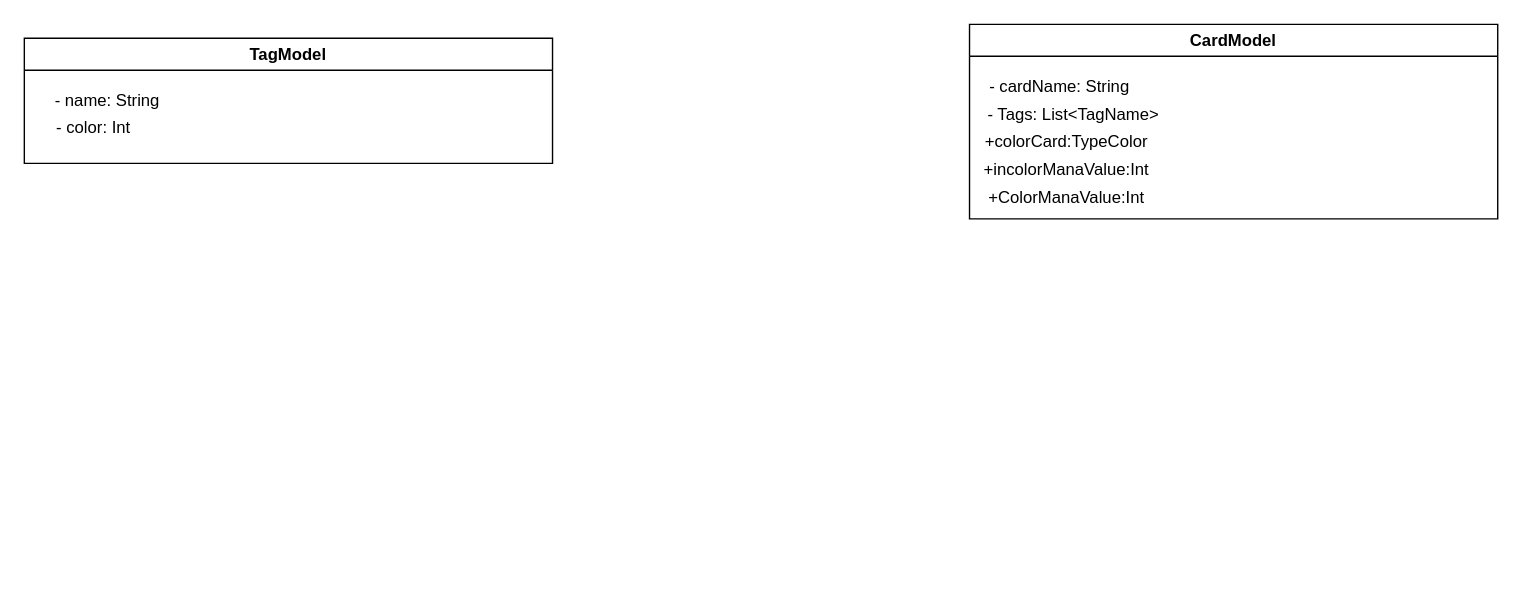
Earlier version of the draw.io diagram Diagrama sem nome.drawio (Carlosstorari/apiFinancas). Source tidied: cells renumbered, new cells numbered last; positions are measured from the earlier drawing's top-left corner, leaving out a move shared by most shapes. Both pictures are drawn from the tidied source at 139%, with x=0, y=0 at pixel (24, 24).
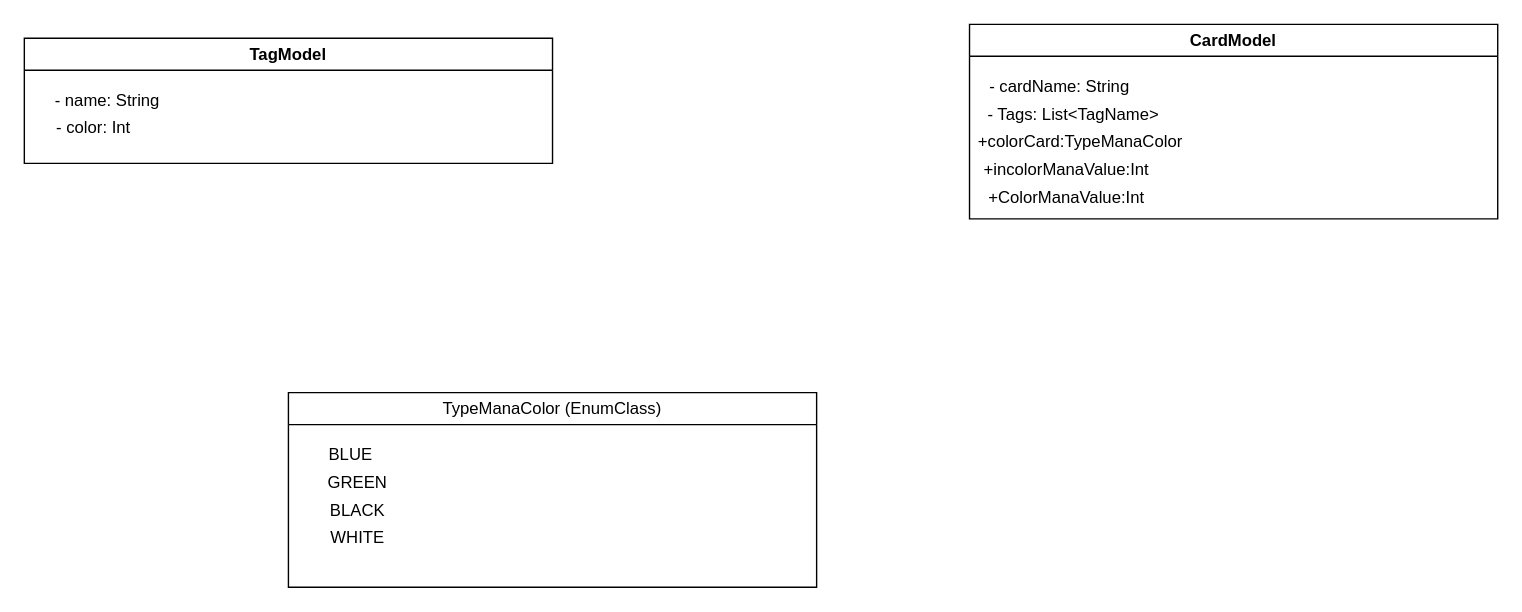
Above is the later version.

The edit, as a diff of the source:
```diff
@@
 <mxGraphModel>
   <root>
     <mxCell id="0" />
     <mxCell id="1" parent="0" />
     <mxCell id="2" value="TagModel" style="swimlane;whiteSpace=wrap;html=1;" parent="1" vertex="1">
       <mxGeometry y="10" width="380" height="90" as="geometry" />
     </mxCell>
     <mxCell id="3" value="- name: String" style="text;html=1;strokeColor=none;fillColor=none;align=center;verticalAlign=middle;whiteSpace=wrap;rounded=0;" parent="2" vertex="1">
       <mxGeometry y="30" width="120" height="30" as="geometry" />
     </mxCell>
     <mxCell id="4" value="- color: Int" style="text;html=1;strokeColor=none;fillColor=none;align=center;verticalAlign=middle;whiteSpace=wrap;rounded=0;" parent="2" vertex="1">
       <mxGeometry y="50" width="100" height="30" as="geometry" />
     </mxCell>
     <mxCell id="5" value="CardModel" style="swimlane;whiteSpace=wrap;html=1;" parent="1" vertex="1">
       <mxGeometry x="680" width="380" height="140" as="geometry" />
     </mxCell>
     <mxCell id="6" value="- cardName: String" style="text;html=1;strokeColor=none;fillColor=none;align=center;verticalAlign=middle;whiteSpace=wrap;rounded=0;" parent="5" vertex="1">
       <mxGeometry y="30" width="130" height="30" as="geometry" />
     </mxCell>
     <mxCell id="7" value="- Tags: List&amp;lt;TagName&amp;gt;" style="text;html=1;strokeColor=none;fillColor=none;align=center;verticalAlign=middle;whiteSpace=wrap;rounded=0;" parent="5" vertex="1">
       <mxGeometry y="50" width="150" height="30" as="geometry" />
     </mxCell>
-    <mxCell id="8" value="+colorCard:TypeColor" style="text;html=1;strokeColor=none;fillColor=none;align=center;verticalAlign=middle;whiteSpace=wrap;rounded=0;" parent="5" vertex="1">
-      <mxGeometry x="-10" y="70" width="160" height="30" as="geometry" />
+    <mxCell id="8" value="+colorCard:TypeManaColor" style="text;html=1;strokeColor=none;fillColor=none;align=center;verticalAlign=middle;whiteSpace=wrap;rounded=0;" parent="5" vertex="1">
+      <mxGeometry x="-10" y="70" width="180" height="30" as="geometry" />
     </mxCell>
     <mxCell id="9" value="+incolorManaValue:Int" style="text;html=1;strokeColor=none;fillColor=none;align=center;verticalAlign=middle;whiteSpace=wrap;rounded=0;" parent="5" vertex="1">
       <mxGeometry y="90" width="140" height="30" as="geometry" />
     </mxCell>
     <mxCell id="10" value="+ColorManaValue:Int" style="text;html=1;strokeColor=none;fillColor=none;align=center;verticalAlign=middle;whiteSpace=wrap;rounded=0;" parent="5" vertex="1">
       <mxGeometry y="110" width="140" height="30" as="geometry" />
     </mxCell>
+    <mxCell id="11" value="&lt;span style=&quot;font-weight: 400;&quot;&gt;TypeManaColor (EnumClass)&lt;/span&gt;" style="swimlane;whiteSpace=wrap;html=1;" parent="1" vertex="1">
+      <mxGeometry x="190" y="265" width="380" height="140" as="geometry" />
+    </mxCell>
+    <mxCell id="12" value="BLUE" style="text;html=1;strokeColor=none;fillColor=none;align=center;verticalAlign=middle;whiteSpace=wrap;rounded=0;" parent="11" vertex="1">
+      <mxGeometry y="30" width="90" height="30" as="geometry" />
+    </mxCell>
+    <mxCell id="13" value="GREEN" style="text;html=1;strokeColor=none;fillColor=none;align=center;verticalAlign=middle;whiteSpace=wrap;rounded=0;" parent="11" vertex="1">
+      <mxGeometry y="50" width="100" height="30" as="geometry" />
+    </mxCell>
+    <mxCell id="14" value="BLACK" style="text;html=1;strokeColor=none;fillColor=none;align=center;verticalAlign=middle;whiteSpace=wrap;rounded=0;" parent="11" vertex="1">
+      <mxGeometry x="-10" y="70" width="120" height="30" as="geometry" />
+    </mxCell>
+    <mxCell id="15" value="WHITE" style="text;html=1;strokeColor=none;fillColor=none;align=center;verticalAlign=middle;whiteSpace=wrap;rounded=0;" parent="11" vertex="1">
+      <mxGeometry y="90" width="100" height="30" as="geometry" />
+    </mxCell>
   </root>
 </mxGraphModel>
```
